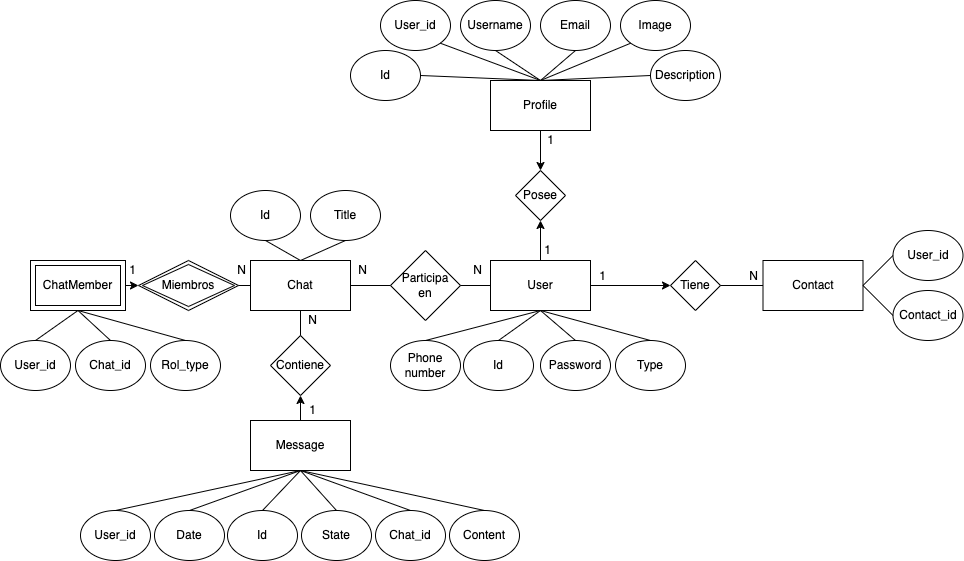
Before: assets/ER-model.png, a diagram exported from draw.io (eanorambuena/EPA_frontend). Source tidied: cells renumbered, new cells last; positions are measured from the earlier drawing's top-left corner, leaving out a move shared by most shapes.
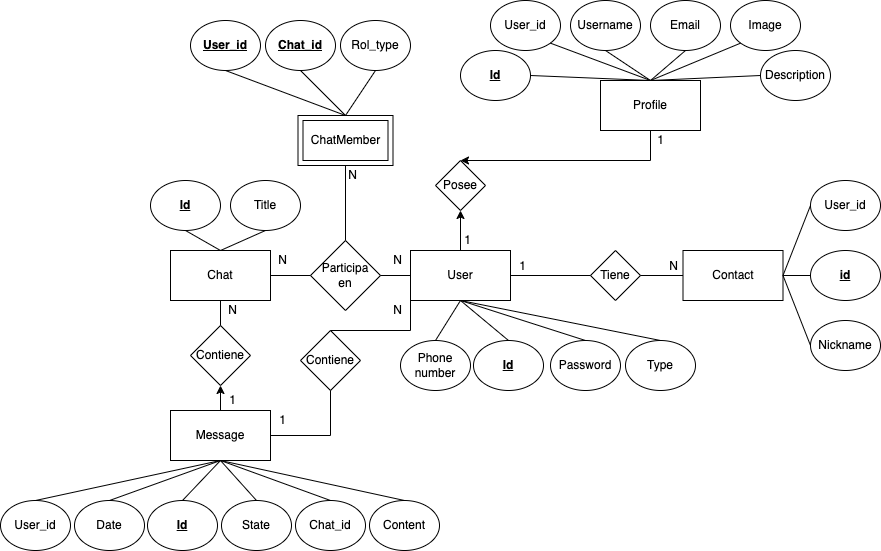
After the commit.

Change to the diagram source:
```diff
@@ -5,35 +5,35 @@
     <mxCell id="2" value="User" style="rounded=0;whiteSpace=wrap;html=1;" parent="1" vertex="1">
       <mxGeometry x="490" y="260" width="100" height="50" as="geometry" />
     </mxCell>
-    <mxCell id="3" value="Id" style="ellipse;whiteSpace=wrap;html=1;" parent="1" vertex="1">
-      <mxGeometry x="463" y="340" width="70" height="50" as="geometry" />
+    <mxCell id="3" value="&lt;u&gt;&lt;b&gt;Id&lt;/b&gt;&lt;/u&gt;" style="ellipse;whiteSpace=wrap;html=1;" parent="1" vertex="1">
+      <mxGeometry x="553" y="350" width="70" height="50" as="geometry" />
     </mxCell>
     <mxCell id="4" value="Phone&lt;div&gt;number&lt;/div&gt;" style="ellipse;whiteSpace=wrap;html=1;" parent="1" vertex="1">
-      <mxGeometry x="390" y="340" width="70" height="50" as="geometry" />
+      <mxGeometry x="480" y="350" width="70" height="50" as="geometry" />
     </mxCell>
     <mxCell id="5" value="Password" style="ellipse;whiteSpace=wrap;html=1;" parent="1" vertex="1">
-      <mxGeometry x="540" y="340" width="70" height="50" as="geometry" />
+      <mxGeometry x="630" y="350" width="70" height="50" as="geometry" />
     </mxCell>
     <mxCell id="6" value="Posee" style="rhombus;whiteSpace=wrap;html=1;" parent="1" vertex="1">
       <mxGeometry x="515" y="170" width="50" height="50" as="geometry" />
     </mxCell>
     <mxCell id="7" value="Profile" style="rounded=0;whiteSpace=wrap;html=1;" parent="1" vertex="1">
-      <mxGeometry x="490" y="80" width="100" height="50" as="geometry" />
+      <mxGeometry x="680" y="90" width="100" height="50" as="geometry" />
     </mxCell>
-    <mxCell id="8" value="Id" style="ellipse;whiteSpace=wrap;html=1;" parent="1" vertex="1">
-      <mxGeometry x="350" y="50" width="70" height="50" as="geometry" />
+    <mxCell id="8" value="&lt;u&gt;&lt;b&gt;Id&lt;/b&gt;&lt;/u&gt;" style="ellipse;whiteSpace=wrap;html=1;" parent="1" vertex="1">
+      <mxGeometry x="540" y="60" width="70" height="50" as="geometry" />
     </mxCell>
     <mxCell id="9" value="Description" style="ellipse;whiteSpace=wrap;html=1;" parent="1" vertex="1">
-      <mxGeometry x="650" y="50" width="70" height="50" as="geometry" />
+      <mxGeometry x="840" y="60" width="70" height="50" as="geometry" />
     </mxCell>
     <mxCell id="10" value="Username" style="ellipse;whiteSpace=wrap;html=1;" parent="1" vertex="1">
-      <mxGeometry x="460" width="70" height="50" as="geometry" />
+      <mxGeometry x="650" y="10" width="70" height="50" as="geometry" />
     </mxCell>
     <mxCell id="11" value="User_id" style="ellipse;whiteSpace=wrap;html=1;" parent="1" vertex="1">
-      <mxGeometry x="380" width="70" height="50" as="geometry" />
+      <mxGeometry x="570" y="10" width="70" height="50" as="geometry" />
     </mxCell>
     <mxCell id="12" value="Image" style="ellipse;whiteSpace=wrap;html=1;" parent="1" vertex="1">
-      <mxGeometry x="620" width="70" height="50" as="geometry" />
+      <mxGeometry x="810" y="10" width="70" height="50" as="geometry" />
     </mxCell>
     <mxCell id="13" style="endArrow=none;html=1;rounded=0;exitX=0.5;exitY=0;exitDx=0;exitDy=0;entryX=1;entryY=0.5;entryDx=0;entryDy=0;" parent="1" edge="1" source="7" target="8">
       <mxGeometry relative="1" as="geometry" />
@@ -62,7 +62,7 @@
       <mxGeometry relative="1" as="geometry" />
     </mxCell>
     <mxCell id="21" value="Email" style="ellipse;whiteSpace=wrap;html=1;" parent="1" vertex="1">
-      <mxGeometry x="540" width="70" height="50" as="geometry" />
+      <mxGeometry x="730" y="10" width="70" height="50" as="geometry" />
     </mxCell>
     <mxCell id="22" style="endArrow=none;html=1;rounded=0;exitX=0.5;exitY=0;exitDx=0;exitDy=0;entryX=0.5;entryY=1;entryDx=0;entryDy=0;" parent="1" edge="1" source="7" target="21">
       <mxGeometry relative="1" as="geometry" />
@@ -71,7 +71,7 @@
       <mxGeometry x="250" y="260" width="100" height="50" as="geometry" />
     </mxCell>
     <mxCell id="24" value="1" style="text;html=1;align=center;verticalAlign=middle;whiteSpace=wrap;rounded=0;" parent="1" vertex="1">
-      <mxGeometry x="533" y="130" width="35" height="20" as="geometry" />
+      <mxGeometry x="723" y="140" width="35" height="20" as="geometry" />
     </mxCell>
     <mxCell id="25" value="1" style="text;html=1;align=center;verticalAlign=middle;whiteSpace=wrap;rounded=0;" parent="1" vertex="1">
       <mxGeometry x="530" y="240" width="35" height="20" as="geometry" />
@@ -91,7 +91,7 @@
     <mxCell id="30" value="N" style="text;html=1;align=center;verticalAlign=middle;whiteSpace=wrap;rounded=0;" parent="1" vertex="1">
       <mxGeometry x="460" y="260" width="35" height="20" as="geometry" />
     </mxCell>
-    <mxCell id="31" value="Id" style="ellipse;whiteSpace=wrap;html=1;" parent="1" vertex="1">
+    <mxCell id="31" value="&lt;u&gt;&lt;b&gt;Id&lt;/b&gt;&lt;/u&gt;" style="ellipse;whiteSpace=wrap;html=1;" parent="1" vertex="1">
       <mxGeometry x="230" y="190" width="70" height="50" as="geometry" />
     </mxCell>
     <mxCell id="32" value="Title" style="ellipse;whiteSpace=wrap;html=1;" parent="1" vertex="1">
@@ -106,7 +106,7 @@
     <mxCell id="35" value="Message" style="rounded=0;whiteSpace=wrap;html=1;" parent="1" vertex="1">
       <mxGeometry x="250" y="420" width="100" height="50" as="geometry" />
     </mxCell>
-    <mxCell id="36" value="Id" style="ellipse;whiteSpace=wrap;html=1;" parent="1" vertex="1">
+    <mxCell id="36" value="&lt;b&gt;&lt;u&gt;Id&lt;/u&gt;&lt;/b&gt;" style="ellipse;whiteSpace=wrap;html=1;" parent="1" vertex="1">
       <mxGeometry x="227" y="510" width="70" height="50" as="geometry" />
     </mxCell>
     <mxCell id="37" value="Contiene" style="rhombus;whiteSpace=wrap;html=1;" parent="1" vertex="1">
@@ -158,10 +158,10 @@
       <mxGeometry relative="1" as="geometry" />
     </mxCell>
     <mxCell id="53" value="User_id" style="ellipse;whiteSpace=wrap;html=1;" parent="1" vertex="1">
-      <mxGeometry x="892.5" y="230" width="70" height="50" as="geometry" />
+      <mxGeometry x="890" y="190" width="70" height="50" as="geometry" />
     </mxCell>
-    <mxCell id="54" value="Contact_id" style="ellipse;whiteSpace=wrap;html=1;" parent="1" vertex="1">
-      <mxGeometry x="892.5" y="290" width="70" height="50" as="geometry" />
+    <mxCell id="54" value="&lt;u&gt;&lt;b&gt;id&lt;/b&gt;&lt;/u&gt;" style="ellipse;whiteSpace=wrap;html=1;" parent="1" vertex="1">
+      <mxGeometry x="890" y="260" width="70" height="50" as="geometry" />
     </mxCell>
     <mxCell id="55" style="endArrow=none;html=1;rounded=0;exitX=0;exitY=0.5;exitDx=0;exitDy=0;entryX=1;entryY=0.5;entryDx=0;entryDy=0;" parent="1" edge="1" source="53" target="51">
       <mxGeometry relative="1" as="geometry" />
@@ -175,48 +175,25 @@
     <mxCell id="58" value="1" style="text;html=1;align=center;verticalAlign=middle;whiteSpace=wrap;rounded=0;" parent="1" vertex="1">
       <mxGeometry x="585" y="266" width="35" height="20" as="geometry" />
     </mxCell>
-    <mxCell id="59" value="User_id" style="ellipse;whiteSpace=wrap;html=1;" parent="1" vertex="1">
-      <mxGeometry y="340" width="70" height="50" as="geometry" />
+    <mxCell id="59" value="&lt;u&gt;&lt;b&gt;User_id&lt;/b&gt;&lt;/u&gt;" style="ellipse;whiteSpace=wrap;html=1;" parent="1" vertex="1">
+      <mxGeometry x="270" y="30" width="70" height="50" as="geometry" />
     </mxCell>
-    <mxCell id="60" value="Chat_id" style="ellipse;whiteSpace=wrap;html=1;" parent="1" vertex="1">
-      <mxGeometry x="75" y="340" width="70" height="50" as="geometry" />
+    <mxCell id="60" value="&lt;u&gt;&lt;b&gt;Chat_id&lt;/b&gt;&lt;/u&gt;" style="ellipse;whiteSpace=wrap;html=1;" parent="1" vertex="1">
+      <mxGeometry x="345" y="30" width="70" height="50" as="geometry" />
     </mxCell>
-    <mxCell id="61" style="endArrow=none;html=1;rounded=0;entryX=0.5;entryY=0;entryDx=0;entryDy=0;exitX=0.5;exitY=1;exitDx=0;exitDy=0;" parent="1" edge="1" source="63" target="60">
-      <mxGeometry relative="1" as="geometry" />
-    </mxCell>
-    <mxCell id="62" style="endArrow=none;html=1;rounded=0;entryX=0.5;entryY=0;entryDx=0;entryDy=0;exitX=0.5;exitY=1;exitDx=0;exitDy=0;" parent="1" edge="1" source="63" target="59">
-      <mxGeometry relative="1" as="geometry" />
-    </mxCell>
     <mxCell id="63" value="ChatMember" style="shape=ext;margin=3;double=1;whiteSpace=wrap;html=1;align=center;" parent="1" vertex="1">
-      <mxGeometry x="30" y="260" width="95" height="50" as="geometry" />
+      <mxGeometry x="377.5" y="125" width="95" height="50" as="geometry" />
     </mxCell>
-    <mxCell id="64" value="Miembros" style="shape=rhombus;double=1;perimeter=rhombusPerimeter;whiteSpace=wrap;html=1;align=center;" parent="1" vertex="1">
-      <mxGeometry x="138" y="260" width="100" height="50" as="geometry" />
-    </mxCell>
-    <mxCell id="65" style="endArrow=none;html=1;rounded=0;exitX=0;exitY=0.5;exitDx=0;exitDy=0;entryX=1;entryY=0.5;entryDx=0;entryDy=0;" parent="1" edge="1" source="23" target="64">
-      <mxGeometry relative="1" as="geometry" />
-    </mxCell>
-    <mxCell id="66" value="1" style="text;html=1;align=center;verticalAlign=middle;whiteSpace=wrap;rounded=0;" parent="1" vertex="1">
-      <mxGeometry x="115" y="260" width="35" height="20" as="geometry" />
-    </mxCell>
-    <mxCell id="67" value="N" style="text;html=1;align=center;verticalAlign=middle;whiteSpace=wrap;rounded=0;" parent="1" vertex="1">
-      <mxGeometry x="224" y="260" width="35" height="20" as="geometry" />
-    </mxCell>
-    <mxCell id="68" style="endArrow=classic;html=1;rounded=0;exitX=0.5;exitY=0;exitDx=0;exitDy=0;entryX=0.5;entryY=1;entryDx=0;entryDy=0;" parent="1" edge="1" source="35" target="37">
-      <mxGeometry relative="1" as="geometry" />
-    </mxCell>
-    <mxCell id="69" style="endArrow=classic;html=1;rounded=0;entryX=0;entryY=0.5;entryDx=0;entryDy=0;exitX=1;exitY=0.5;exitDx=0;exitDy=0;" parent="1" edge="1" source="63" target="64">
-      <mxGeometry relative="1" as="geometry" />
-    </mxCell>
     <mxCell id="70" style="endArrow=classic;html=1;rounded=0;entryX=0.5;entryY=0;entryDx=0;entryDy=0;exitX=0.5;exitY=1;exitDx=0;exitDy=0;" parent="1" edge="1" source="7" target="6">
-      <mxGeometry relative="1" as="geometry" />
+      <mxGeometry relative="1" as="geometry">
+        <Array as="points">
+          <mxPoint x="730" y="170" />
+        </Array>
+      </mxGeometry>
     </mxCell>
     <mxCell id="71" style="endArrow=classic;html=1;rounded=0;entryX=0.5;entryY=1;entryDx=0;entryDy=0;exitX=0.5;exitY=0;exitDx=0;exitDy=0;" parent="1" edge="1" source="2" target="6">
       <mxGeometry relative="1" as="geometry" />
     </mxCell>
-    <mxCell id="72" style="endArrow=classic;html=1;rounded=0;entryX=0;entryY=0.5;entryDx=0;entryDy=0;exitX=1;exitY=0.5;exitDx=0;exitDy=0;" parent="1" edge="1" source="2" target="50">
-      <mxGeometry relative="1" as="geometry" />
-    </mxCell>
     <mxCell id="73" value="State" style="ellipse;whiteSpace=wrap;html=1;" parent="1" vertex="1">
       <mxGeometry x="301" y="510" width="70" height="50" as="geometry" />
     </mxCell>
@@ -224,16 +201,63 @@
       <mxGeometry relative="1" as="geometry" />
     </mxCell>
     <mxCell id="75" value="Rol_type" style="ellipse;whiteSpace=wrap;html=1;" parent="1" vertex="1">
-      <mxGeometry x="150" y="340" width="70" height="50" as="geometry" />
+      <mxGeometry x="420" y="30" width="70" height="50" as="geometry" />
     </mxCell>
-    <mxCell id="76" style="endArrow=none;html=1;rounded=0;entryX=0.5;entryY=0;entryDx=0;entryDy=0;exitX=0.5;exitY=1;exitDx=0;exitDy=0;" parent="1" edge="1" source="63" target="75">
-      <mxGeometry relative="1" as="geometry" />
-    </mxCell>
     <mxCell id="77" value="Type" style="ellipse;whiteSpace=wrap;html=1;" parent="1" vertex="1">
-      <mxGeometry x="615" y="340" width="70" height="50" as="geometry" />
+      <mxGeometry x="705" y="350" width="70" height="50" as="geometry" />
     </mxCell>
     <mxCell id="78" style="endArrow=none;html=1;rounded=0;exitX=0.5;exitY=0;exitDx=0;exitDy=0;entryX=0.5;entryY=1;entryDx=0;entryDy=0;" parent="1" edge="1" source="77" target="2">
       <mxGeometry relative="1" as="geometry" />
     </mxCell>
+    <mxCell id="79" style="endArrow=none;html=1;rounded=0;entryX=1;entryY=0.5;entryDx=0;entryDy=0;exitX=0;exitY=0.5;exitDx=0;exitDy=0;" parent="1" edge="1" source="50" target="2">
+      <mxGeometry relative="1" as="geometry" />
+    </mxCell>
+    <mxCell id="80" value="Contiene" style="rhombus;whiteSpace=wrap;html=1;" parent="1" vertex="1">
+      <mxGeometry x="380" y="340" width="60" height="60" as="geometry" />
+    </mxCell>
+    <mxCell id="81" style="endArrow=none;html=1;rounded=0;entryX=0.5;entryY=1;entryDx=0;entryDy=0;exitX=1;exitY=0.5;exitDx=0;exitDy=0;" parent="1" edge="1" source="35" target="80">
+      <mxGeometry relative="1" as="geometry">
+        <Array as="points">
+          <mxPoint x="410" y="445" />
+        </Array>
+      </mxGeometry>
+    </mxCell>
+    <mxCell id="82" style="endArrow=none;html=1;rounded=0;entryX=0;entryY=1;entryDx=0;entryDy=0;exitX=0.5;exitY=0;exitDx=0;exitDy=0;" parent="1" edge="1" source="80" target="2">
+      <mxGeometry relative="1" as="geometry">
+        <Array as="points">
+          <mxPoint x="490" y="340" />
+        </Array>
+      </mxGeometry>
+    </mxCell>
+    <mxCell id="83" value="N" style="text;html=1;align=center;verticalAlign=middle;whiteSpace=wrap;rounded=0;" parent="1" vertex="1">
+      <mxGeometry x="460" y="310" width="35" height="20" as="geometry" />
+    </mxCell>
+    <mxCell id="66" value="1" style="text;html=1;align=center;verticalAlign=middle;whiteSpace=wrap;rounded=0;" parent="1" vertex="1">
+      <mxGeometry x="345" y="420" width="35" height="20" as="geometry" />
+    </mxCell>
+    <mxCell id="84" style="endArrow=none;html=1;rounded=0;entryX=0.5;entryY=0;entryDx=0;entryDy=0;exitX=0.5;exitY=1;exitDx=0;exitDy=0;" parent="1" edge="1" source="63" target="26">
+      <mxGeometry relative="1" as="geometry" />
+    </mxCell>
+    <mxCell id="85" style="endArrow=none;html=1;rounded=0;entryX=0.5;entryY=0;entryDx=0;entryDy=0;exitX=0.5;exitY=1;exitDx=0;exitDy=0;" parent="1" edge="1" source="59" target="63">
+      <mxGeometry relative="1" as="geometry" />
+    </mxCell>
+    <mxCell id="86" style="endArrow=none;html=1;rounded=0;entryX=0.5;entryY=0;entryDx=0;entryDy=0;exitX=0.5;exitY=1;exitDx=0;exitDy=0;" parent="1" edge="1" source="60" target="63">
+      <mxGeometry relative="1" as="geometry" />
+    </mxCell>
+    <mxCell id="87" style="endArrow=none;html=1;rounded=0;entryX=0.5;entryY=0;entryDx=0;entryDy=0;exitX=0.5;exitY=1;exitDx=0;exitDy=0;" parent="1" edge="1" source="75" target="63">
+      <mxGeometry relative="1" as="geometry" />
+    </mxCell>
+    <mxCell id="88" value="N" style="text;html=1;align=center;verticalAlign=middle;whiteSpace=wrap;rounded=0;" parent="1" vertex="1">
+      <mxGeometry x="415" y="175" width="35" height="20" as="geometry" />
+    </mxCell>
+    <mxCell id="68" style="endArrow=classic;html=1;rounded=0;entryX=0.5;entryY=1;entryDx=0;entryDy=0;exitX=0.5;exitY=0;exitDx=0;exitDy=0;" parent="1" edge="1" source="35" target="37">
+      <mxGeometry relative="1" as="geometry" />
+    </mxCell>
+    <mxCell id="89" value="Nickname" style="ellipse;whiteSpace=wrap;html=1;" parent="1" vertex="1">
+      <mxGeometry x="890" y="330" width="70" height="50" as="geometry" />
+    </mxCell>
+    <mxCell id="90" style="endArrow=none;html=1;rounded=0;exitX=0;exitY=0.5;exitDx=0;exitDy=0;entryX=1;entryY=0.5;entryDx=0;entryDy=0;" parent="1" edge="1" source="89" target="51">
+      <mxGeometry relative="1" as="geometry" />
+    </mxCell>
   </root>
 </mxGraphModel>
```
